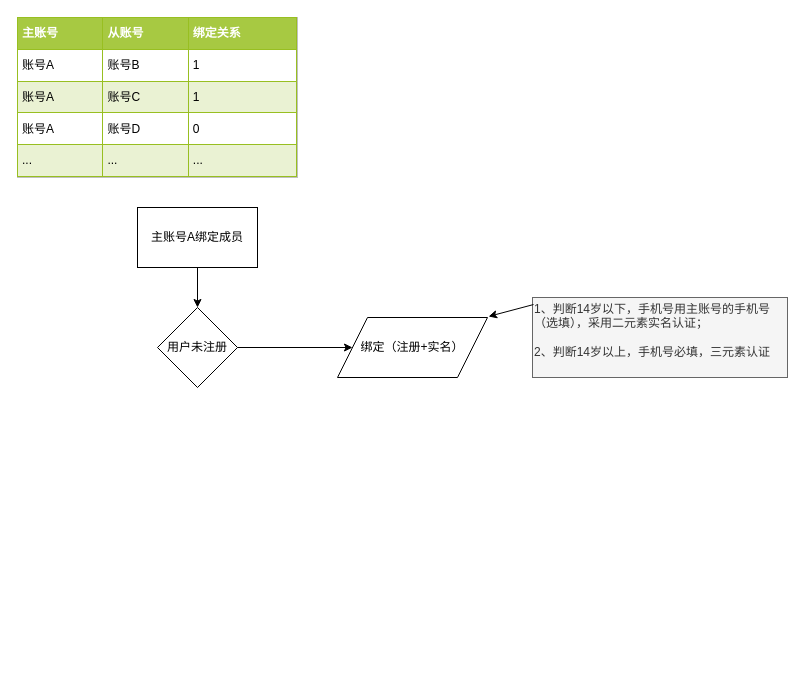
wanglizheng/mind-mapping keeps this draw.io diagram as Untitled Diagram.drawio. Above is the earlier version. Source tidied: cells renumbered, new cells numbered last; positions are measured from the earlier drawing's top-left corner, leaving out a move shared by most shapes. Both pictures are drawn from the tidied source at 100%, with x=0, y=0 at pixel (17, 17).
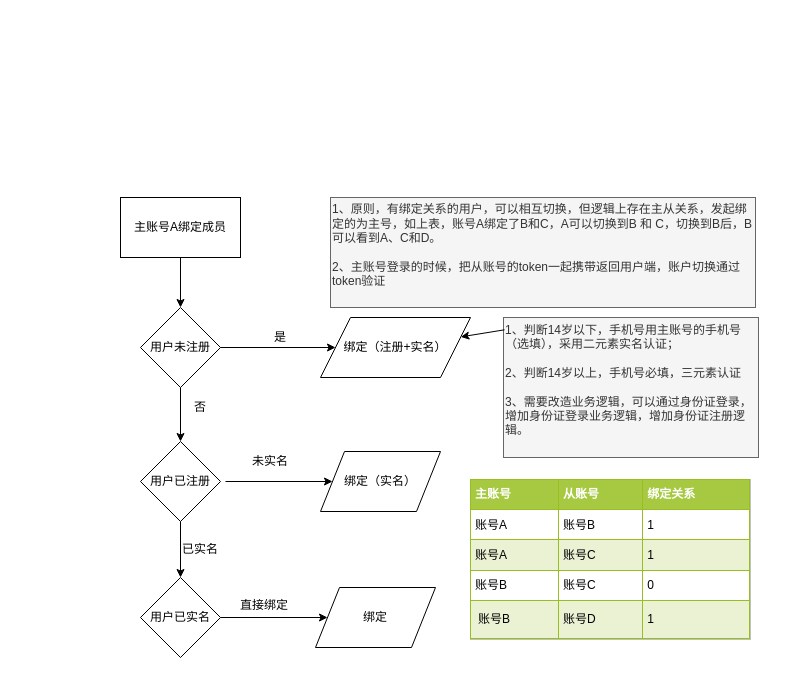
After the change.

Change to the diagram source:
```diff
@@
-    <mxCell id="2" value="&lt;table border=&quot;1&quot; width=&quot;100%&quot; cellpadding=&quot;4&quot; style=&quot;width: 100% ; height: 100% ; border-collapse: collapse&quot;&gt;&lt;tbody&gt;&lt;tr style=&quot;background-color: #a7c942 ; color: #ffffff ; border: 1px solid #98bf21&quot;&gt;&lt;th align=&quot;left&quot;&gt;主账号&lt;/th&gt;&lt;th align=&quot;left&quot;&gt;从账号&lt;/th&gt;&lt;th align=&quot;left&quot;&gt;绑定关系&lt;/th&gt;&lt;/tr&gt;&lt;tr style=&quot;border: 1px solid #98bf21&quot;&gt;&lt;td&gt;账号A&lt;/td&gt;&lt;td&gt;账号B&lt;/td&gt;&lt;td&gt;1&lt;/td&gt;&lt;/tr&gt;&lt;tr style=&quot;background-color: #eaf2d3 ; border: 1px solid #98bf21&quot;&gt;&lt;td&gt;账号A&lt;br&gt;&lt;/td&gt;&lt;td&gt;账号C&lt;/td&gt;&lt;td&gt;1&lt;/td&gt;&lt;/tr&gt;&lt;tr style=&quot;border: 1px solid #98bf21&quot;&gt;&lt;td&gt;账号A&lt;br&gt;&lt;/td&gt;&lt;td&gt;账号D&lt;/td&gt;&lt;td&gt;0&lt;/td&gt;&lt;/tr&gt;&lt;tr style=&quot;background-color: #eaf2d3 ; border: 1px solid #98bf21&quot;&gt;&lt;td&gt;...&lt;/td&gt;&lt;td&gt;...&lt;/td&gt;&lt;td&gt;...&lt;/td&gt;&lt;/tr&gt;&lt;/tbody&gt;&lt;/table&gt;" style="text;html=1;strokeColor=#c0c0c0;fillColor=#ffffff;overflow=fill;rounded=0;" parent="1" vertex="1">
-      <mxGeometry width="280" height="160" as="geometry" />
+    <mxCell id="2" value="&lt;table border=&quot;1&quot; width=&quot;100%&quot; cellpadding=&quot;4&quot; style=&quot;width: 100% ; height: 100% ; border-collapse: collapse&quot;&gt;&lt;tbody&gt;&lt;tr style=&quot;background-color: #a7c942 ; color: #ffffff ; border: 1px solid #98bf21&quot;&gt;&lt;th align=&quot;left&quot;&gt;主账号&lt;/th&gt;&lt;th align=&quot;left&quot;&gt;从账号&lt;/th&gt;&lt;th align=&quot;left&quot;&gt;绑定关系&lt;/th&gt;&lt;/tr&gt;&lt;tr style=&quot;border: 1px solid #98bf21&quot;&gt;&lt;td&gt;账号A&lt;/td&gt;&lt;td&gt;账号B&lt;/td&gt;&lt;td&gt;1&lt;/td&gt;&lt;/tr&gt;&lt;tr style=&quot;background-color: #eaf2d3 ; border: 1px solid #98bf21&quot;&gt;&lt;td&gt;账号A&lt;br&gt;&lt;/td&gt;&lt;td&gt;账号C&lt;/td&gt;&lt;td&gt;1&lt;/td&gt;&lt;/tr&gt;&lt;tr style=&quot;border: 1px solid #98bf21&quot;&gt;&lt;td&gt;账号B&lt;br&gt;&lt;/td&gt;&lt;td&gt;账号C&lt;/td&gt;&lt;td&gt;0&lt;/td&gt;&lt;/tr&gt;&lt;tr style=&quot;background-color: #eaf2d3 ; border: 1px solid #98bf21&quot;&gt;&lt;td&gt;&lt;table&gt;&lt;tbody&gt;&lt;tr&gt;&lt;td&gt;账号B&lt;br&gt;&lt;/td&gt;&lt;/tr&gt;&lt;/tbody&gt;&lt;/table&gt;&lt;/td&gt;&lt;td&gt;账号D&lt;/td&gt;&lt;td&gt;1&lt;/td&gt;&lt;/tr&gt;&lt;/tbody&gt;&lt;/table&gt;" style="text;html=1;strokeColor=#c0c0c0;fillColor=#ffffff;overflow=fill;rounded=0;" parent="1" vertex="1">
+      <mxGeometry x="453" y="462" width="280" height="160" as="geometry" />
     </mxCell>
     <mxCell id="3" value="主账号A绑定成员" style="rounded=0;whiteSpace=wrap;html=1;" parent="1" vertex="1">
-      <mxGeometry x="120" y="190" width="120" height="60" as="geometry" />
+      <mxGeometry x="103" y="180" width="120" height="60" as="geometry" />
     </mxCell>
     <mxCell id="4" value="用户未注册" style="rhombus;whiteSpace=wrap;html=1;" parent="1" vertex="1">
-      <mxGeometry x="140" y="290" width="80" height="80" as="geometry" />
+      <mxGeometry x="123" y="290" width="80" height="80" as="geometry" />
     </mxCell>
@@
     <mxCell id="6" value="绑定（注册+实名）" style="shape=parallelogram;perimeter=parallelogramPerimeter;whiteSpace=wrap;html=1;" parent="1" vertex="1">
-      <mxGeometry x="320" y="300" width="150" height="60" as="geometry" />
+      <mxGeometry x="303" y="300" width="150" height="60" as="geometry" />
     </mxCell>
-    <mxCell id="7" value="1、判断14岁以下，手机号用主账号的手机号（选填），采用二元素实名认证；&lt;br&gt;&lt;br&gt;2、判断14岁以上，手机号必填，三元素认证&lt;br&gt;&lt;br&gt;" style="text;html=1;align=left;verticalAlign=middle;whiteSpace=wrap;rounded=0;fillColor=#f5f5f5;strokeColor=#666666;fontColor=#333333;" parent="1" vertex="1">
-      <mxGeometry x="515" y="280" width="255" height="80" as="geometry" />
+    <mxCell id="7" value="1、判断14岁以下，手机号用主账号的手机号（选填），采用二元素实名认证；&lt;br&gt;&lt;br&gt;2、判断14岁以上，手机号必填，三元素认证&lt;br&gt;&lt;br&gt;3、需要改造业务逻辑，可以通过身份证登录，增加身份证登录业务逻辑，增加身份证注册逻辑。&lt;br&gt;&lt;br&gt;" style="text;html=1;align=left;verticalAlign=middle;whiteSpace=wrap;rounded=0;fillColor=#f5f5f5;strokeColor=#666666;fontColor=#333333;" parent="1" vertex="1">
+      <mxGeometry x="486" y="300" width="255" height="140" as="geometry" />
     </mxCell>
@@
-    <mxCell id="9" style="endArrow=classic;html=1;entryX=1.007;entryY=-0.017;entryDx=0;entryDy=0;entryPerimeter=0;exitX=0.004;exitY=0.088;exitDx=0;exitDy=0;exitPerimeter=0;" parent="1" edge="1" source="7" target="6">
+    <mxCell id="9" style="endArrow=classic;html=1;exitX=0.004;exitY=0.088;exitDx=0;exitDy=0;exitPerimeter=0;" parent="1" edge="1" source="7" target="6">
       <mxGeometry relative="1" as="geometry" />
     </mxCell>
+    <mxCell id="10" value="是" style="text;html=1;strokeColor=none;fillColor=none;align=center;verticalAlign=middle;whiteSpace=wrap;rounded=0;" parent="1" vertex="1">
+      <mxGeometry x="243" y="310" width="40" height="20" as="geometry" />
+    </mxCell>
+    <mxCell id="11" value="用户已注册" style="rhombus;whiteSpace=wrap;html=1;align=center;" parent="1" vertex="1">
+      <mxGeometry x="123" y="424" width="80" height="80" as="geometry" />
+    </mxCell>
+    <mxCell id="12" style="endArrow=classic;html=1;exitX=0.5;exitY=1;exitDx=0;exitDy=0;entryX=0.5;entryY=0;entryDx=0;entryDy=0;" parent="1" edge="1" source="4" target="11">
+      <mxGeometry relative="1" as="geometry" />
+    </mxCell>
+    <mxCell id="13" value="否" style="text;html=1;strokeColor=none;fillColor=none;align=center;verticalAlign=middle;whiteSpace=wrap;rounded=0;" parent="1" vertex="1">
+      <mxGeometry x="163" y="380" width="40" height="20" as="geometry" />
+    </mxCell>
+    <mxCell id="14" value="绑定（实名）" style="shape=parallelogram;perimeter=parallelogramPerimeter;whiteSpace=wrap;html=1;align=center;" parent="1" vertex="1">
+      <mxGeometry x="303" y="434" width="120" height="60" as="geometry" />
+    </mxCell>
+    <mxCell id="15" style="endArrow=classic;html=1;entryX=0;entryY=0.5;entryDx=0;entryDy=0;" parent="1" edge="1" target="14">
+      <mxGeometry relative="1" as="geometry">
+        <mxPoint x="208" y="464" as="sourcePoint" />
+      </mxGeometry>
+    </mxCell>
+    <mxCell id="16" value="&lt;span&gt;用户已实名&lt;/span&gt;" style="rhombus;whiteSpace=wrap;html=1;align=center;" parent="1" vertex="1">
+      <mxGeometry x="123" y="560" width="80" height="80" as="geometry" />
+    </mxCell>
+    <mxCell id="17" style="endArrow=classic;html=1;entryX=0.5;entryY=0;entryDx=0;entryDy=0;exitX=0.5;exitY=1;exitDx=0;exitDy=0;" parent="1" edge="1" source="11" target="16">
+      <mxGeometry relative="1" as="geometry" />
+    </mxCell>
+    <mxCell id="18" value="已实名" style="text;html=1;strokeColor=none;fillColor=none;align=center;verticalAlign=middle;whiteSpace=wrap;rounded=0;" parent="1" vertex="1">
+      <mxGeometry x="163" y="522" width="40" height="20" as="geometry" />
+    </mxCell>
+    <mxCell id="19" value="未实名" style="text;html=1;strokeColor=none;fillColor=none;align=center;verticalAlign=middle;whiteSpace=wrap;rounded=0;" parent="1" vertex="1">
+      <mxGeometry x="233" y="434" width="40" height="20" as="geometry" />
+    </mxCell>
+    <mxCell id="20" value="绑定" style="shape=parallelogram;perimeter=parallelogramPerimeter;whiteSpace=wrap;html=1;align=center;" parent="1" vertex="1">
+      <mxGeometry x="298" y="570" width="120" height="60" as="geometry" />
+    </mxCell>
+    <mxCell id="21" style="endArrow=classic;html=1;entryX=0;entryY=0.5;entryDx=0;entryDy=0;" parent="1" edge="1" target="20">
+      <mxGeometry relative="1" as="geometry">
+        <mxPoint x="203" y="600" as="sourcePoint" />
+      </mxGeometry>
+    </mxCell>
+    <mxCell id="22" value="直接绑定" style="text;html=1;align=left;verticalAlign=top;spacingTop=-4;" parent="1" vertex="1">
+      <mxGeometry x="220.5" y="578" width="60" height="20" as="geometry" />
+    </mxCell>
+    <mxCell id="23" value="1、原则，有绑定关系的用户，可以相互切换，但逻辑上存在主从关系，发起绑定的为主号，如上表，账号A绑定了B和C，A可以切换到B 和 C，切换到B后，B可以看到A、C和D。&lt;br&gt;&lt;br&gt;2、主账号登录的时候，把从账号的token一起携带返回用户端，账户切换通过token验证&lt;br&gt;&lt;br&gt;" style="text;html=1;align=left;verticalAlign=middle;whiteSpace=wrap;rounded=0;fillColor=#f5f5f5;strokeColor=#666666;fontColor=#333333;" parent="1" vertex="1">
+      <mxGeometry x="313" y="180" width="425" height="110" as="geometry" />
+    </mxCell>
```
